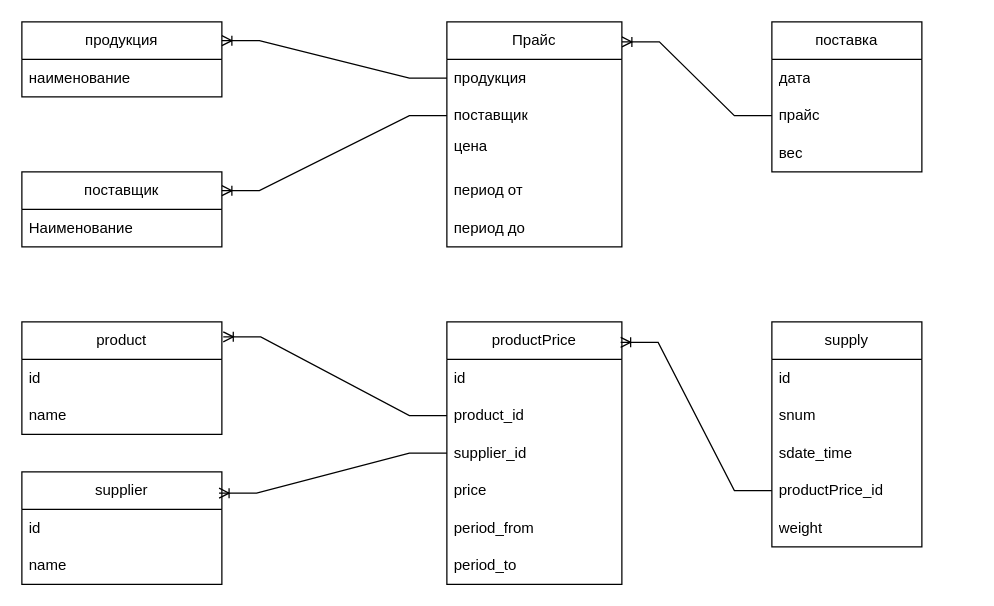
The draw.io diagram drawio_scheme.drawio in viciossevsk/shop, before the edit. Source tidied: cells renumbered, new cells numbered last; positions are measured from the earlier drawing's top-left corner, leaving out a move shared by most shapes. Both pictures are drawn from the tidied source at 125%, with x=0, y=0 at pixel (21, 21).
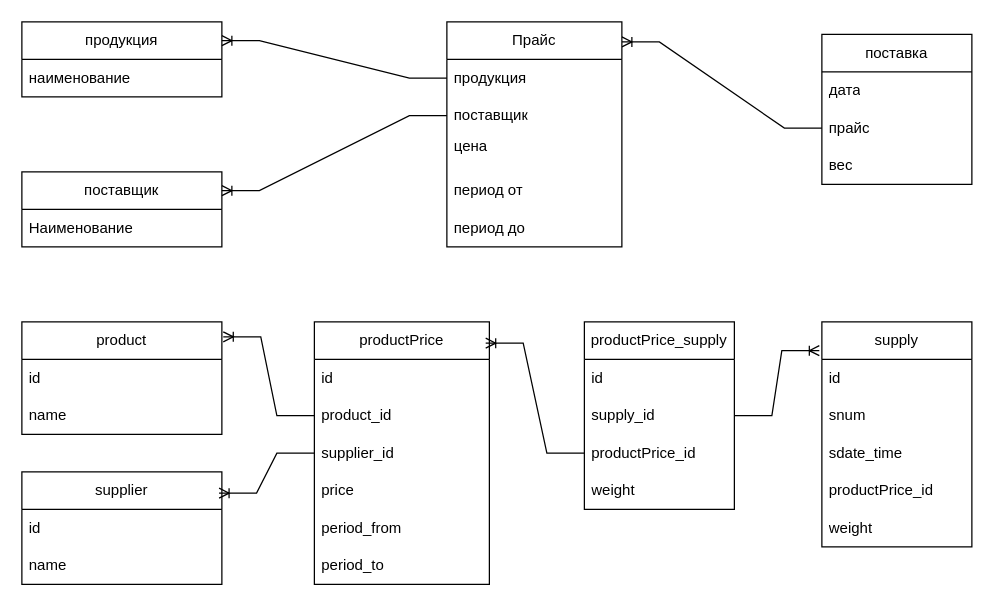
After the change.

Unchanged cells that the change refers to:
```xml
<mxCell id="25" value="productPrice_id" style="text;strokeColor=none;fillColor=none;align=left;verticalAlign=middle;spacingLeft=4;spacingRight=4;overflow=hidden;points=[[0,0.5],[1,0.5]];portConstraint=eastwest;whiteSpace=wrap;html=1;" parent="21" vertex="1">
  <mxGeometry y="120" width="120" height="30" as="geometry" />
</mxCell>
```

What changed in the source:
```diff
@@
     <mxCell id="6" value="поставка" style="swimlane;fontStyle=0;horizontal=1;startSize=30;whiteSpace=wrap;html=1;" parent="1" vertex="1">
-      <mxGeometry x="600" width="120" height="120" as="geometry" />
+      <mxGeometry x="640" y="10" width="120" height="120" as="geometry" />
     </mxCell>
@@
     <mxCell id="14" value="productPrice" style="swimlane;fontStyle=0;horizontal=1;startSize=30;whiteSpace=wrap;html=1;" parent="1" vertex="1">
-      <mxGeometry x="340" y="240" width="140" height="210" as="geometry" />
+      <mxGeometry x="234" y="240" width="140" height="210" as="geometry" />
     </mxCell>
@@
     <mxCell id="21" value="supply" style="swimlane;fontStyle=0;horizontal=1;startSize=30;whiteSpace=wrap;html=1;" parent="1" vertex="1">
-      <mxGeometry x="600" y="240" width="120" height="180" as="geometry" />
+      <mxGeometry x="640" y="240" width="120" height="180" as="geometry" />
     </mxCell>
@@
-    <mxCell id="27" style="edgeStyle=entityRelationEdgeStyle;fontSize=12;html=1;endArrow=ERoneToMany;rounded=0;entryX=0.993;entryY=0.078;entryDx=0;entryDy=0;entryPerimeter=0;" parent="1" edge="1" source="25" target="14">
-      <mxGeometry relative="1" as="geometry" />
-    </mxCell>
@@
+    <mxCell id="41" value="productPrice_&lt;span style=&quot;background-color: initial;&quot;&gt;supply&lt;/span&gt;" style="swimlane;fontStyle=0;horizontal=1;startSize=30;whiteSpace=wrap;html=1;" parent="1" vertex="1">
+      <mxGeometry x="450" y="240" width="120" height="150" as="geometry" />
+    </mxCell>
+    <mxCell id="42" value="id" style="text;strokeColor=none;fillColor=none;align=left;verticalAlign=middle;spacingLeft=4;spacingRight=4;overflow=hidden;whiteSpace=wrap;html=1;" parent="41" vertex="1">
+      <mxGeometry y="30" width="120" height="30" as="geometry" />
+    </mxCell>
+    <mxCell id="43" value="&lt;span style=&quot;text-align: center;&quot;&gt;supply_id&lt;/span&gt;" style="text;strokeColor=none;fillColor=none;align=left;verticalAlign=middle;spacingLeft=4;spacingRight=4;overflow=hidden;points=[[0,0.5],[1,0.5]];portConstraint=eastwest;whiteSpace=wrap;html=1;" parent="41" vertex="1">
+      <mxGeometry y="60" width="120" height="30" as="geometry" />
+    </mxCell>
+    <mxCell id="44" value="productPrice_id" style="text;strokeColor=none;fillColor=none;align=left;verticalAlign=middle;spacingLeft=4;spacingRight=4;overflow=hidden;points=[[0,0.5],[1,0.5]];portConstraint=eastwest;whiteSpace=wrap;html=1;" parent="41" vertex="1">
+      <mxGeometry y="90" width="120" height="30" as="geometry" />
+    </mxCell>
+    <mxCell id="45" value="weight" style="text;strokeColor=none;fillColor=none;align=left;verticalAlign=middle;spacingLeft=4;spacingRight=4;overflow=hidden;whiteSpace=wrap;html=1;" parent="41" vertex="1">
+      <mxGeometry y="120" width="120" height="30" as="geometry" />
+    </mxCell>
+    <mxCell id="46" style="edgeStyle=entityRelationEdgeStyle;fontSize=12;html=1;endArrow=ERoneToMany;rounded=0;entryX=0.979;entryY=0.081;entryDx=0;entryDy=0;entryPerimeter=0;exitX=0;exitY=0.5;exitDx=0;exitDy=0;" parent="1" edge="1" source="44" target="14">
+      <mxGeometry relative="1" as="geometry" />
+    </mxCell>
+    <mxCell id="47" style="edgeStyle=entityRelationEdgeStyle;fontSize=12;html=1;endArrow=ERoneToMany;rounded=0;entryX=-0.017;entryY=0.128;entryDx=0;entryDy=0;exitX=1;exitY=0.5;exitDx=0;exitDy=0;entryPerimeter=0;" parent="1" edge="1" source="43" target="21">
+      <mxGeometry relative="1" as="geometry" />
+    </mxCell>
```
